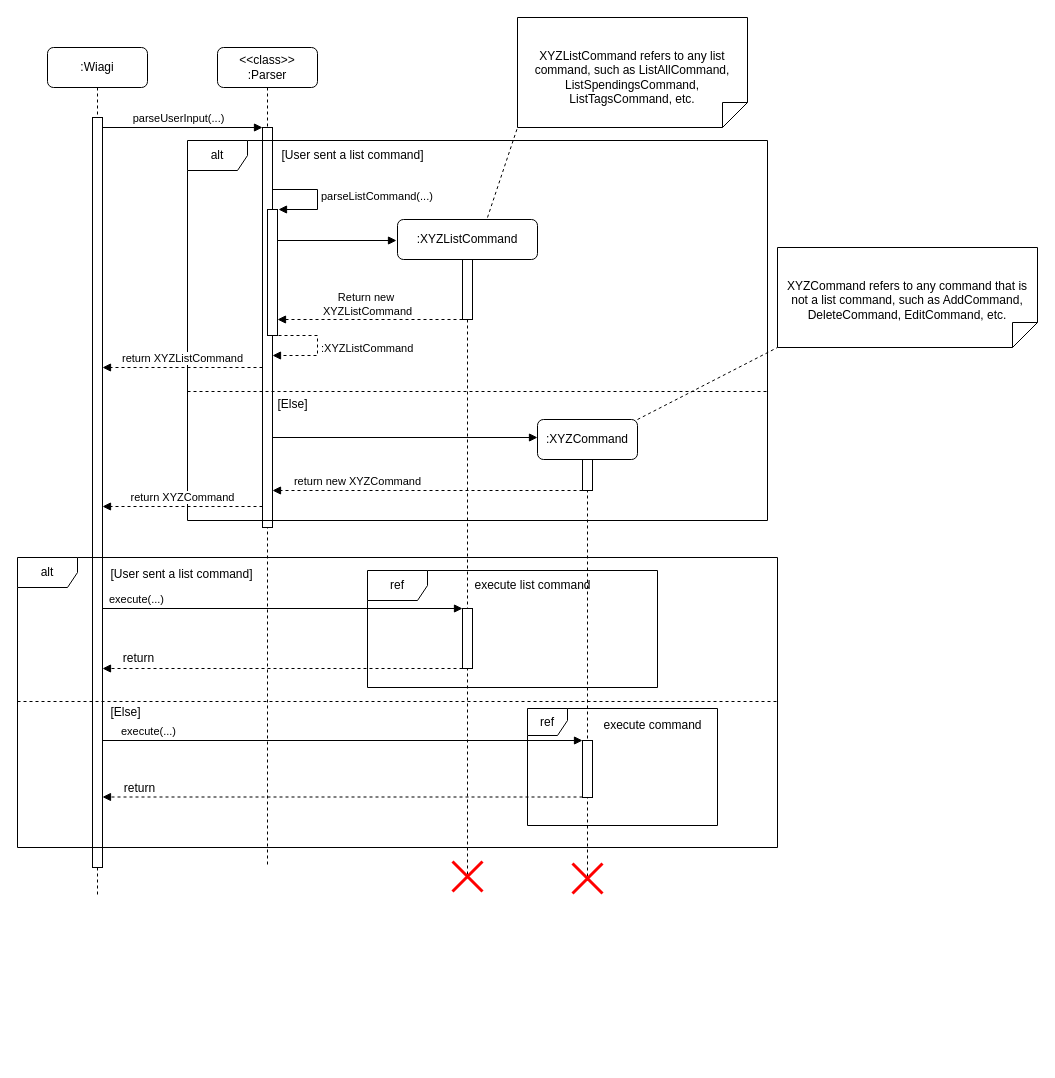
This is docs/Diagrams/Commands/commandHandling.drawio from wongwh2002/CS2113TeamProject, a draw.io file, before an edit. Source tidied: cells renumbered, new cells numbered last; positions are measured from the earlier drawing's top-left corner, leaving out a move shared by most shapes. Both pictures are drawn from the tidied source at 100%, with x=0, y=0 at pixel (17, 17).
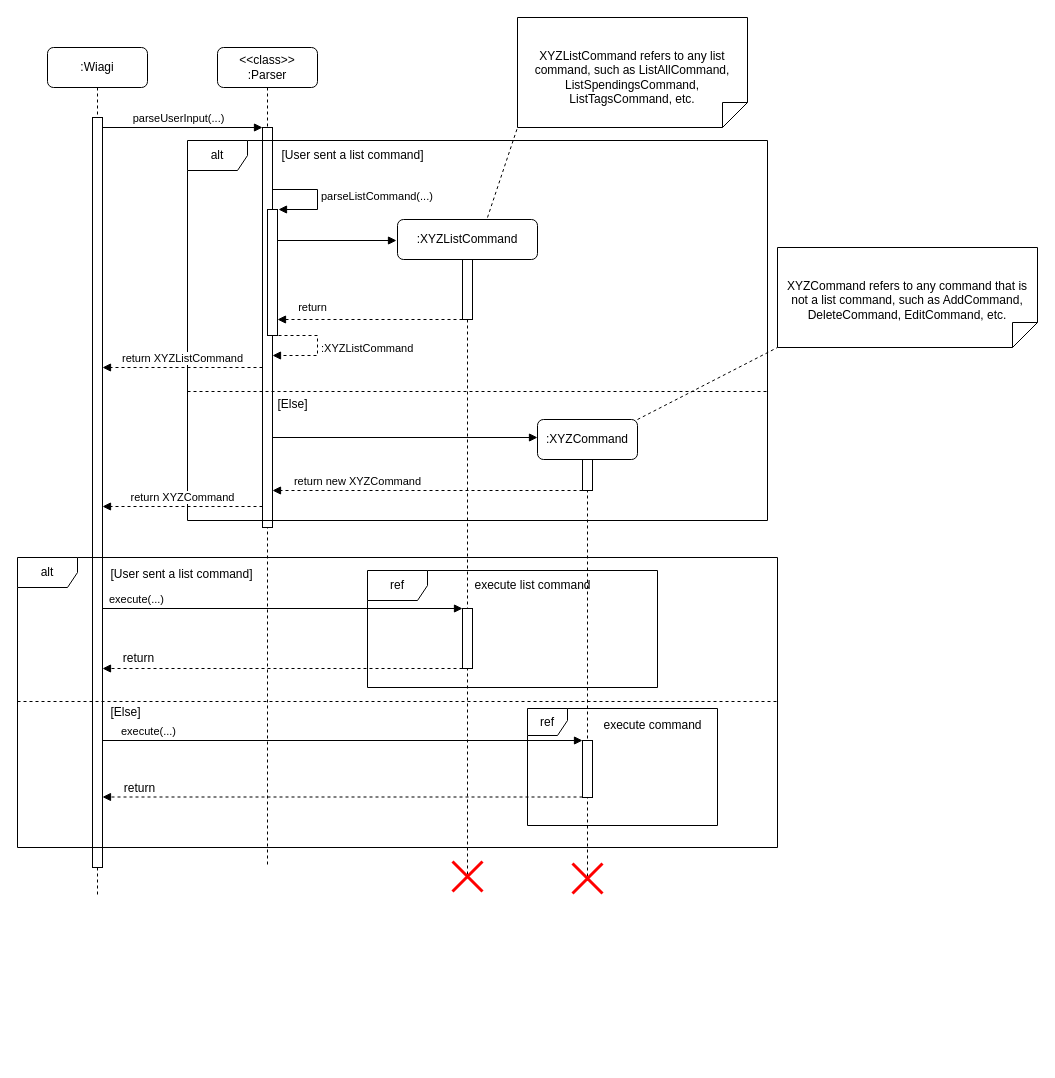
The same diagram, later.

Commit message (it also covers changes not shown here):
Add variable name to spending, remove return type from constructors

The change refers to these unchanged cells:
```xml
<mxCell id="15" style="html=1;verticalAlign=bottom;endArrow=block;curved=0;rounded=0;dashed=1;" parent="1" edge="1">
  <mxGeometry relative="1" as="geometry">
    <mxPoint x="445" y="302" as="sourcePoint" />
    <mxPoint x="260" y="302" as="targetPoint" />
  </mxGeometry>
</mxCell>
```

Change to the diagram source:
```diff
@@
-    <mxCell id="16" value="Return new&amp;nbsp;&lt;div&gt;XYZListCommand&lt;/div&gt;" style="edgeLabel;html=1;align=center;verticalAlign=middle;" parent="15" vertex="1">
+    <mxCell id="16" value="return" style="edgeLabel;html=1;align=center;verticalAlign=middle;" parent="15" vertex="1">
       <mxGeometry x="0.52" y="-2" relative="1" as="geometry">
-        <mxPoint x="45" y="-14" as="offset" />
+        <mxPoint x="-10" y="-11" as="offset" />
       </mxGeometry>
     </mxCell>
```
